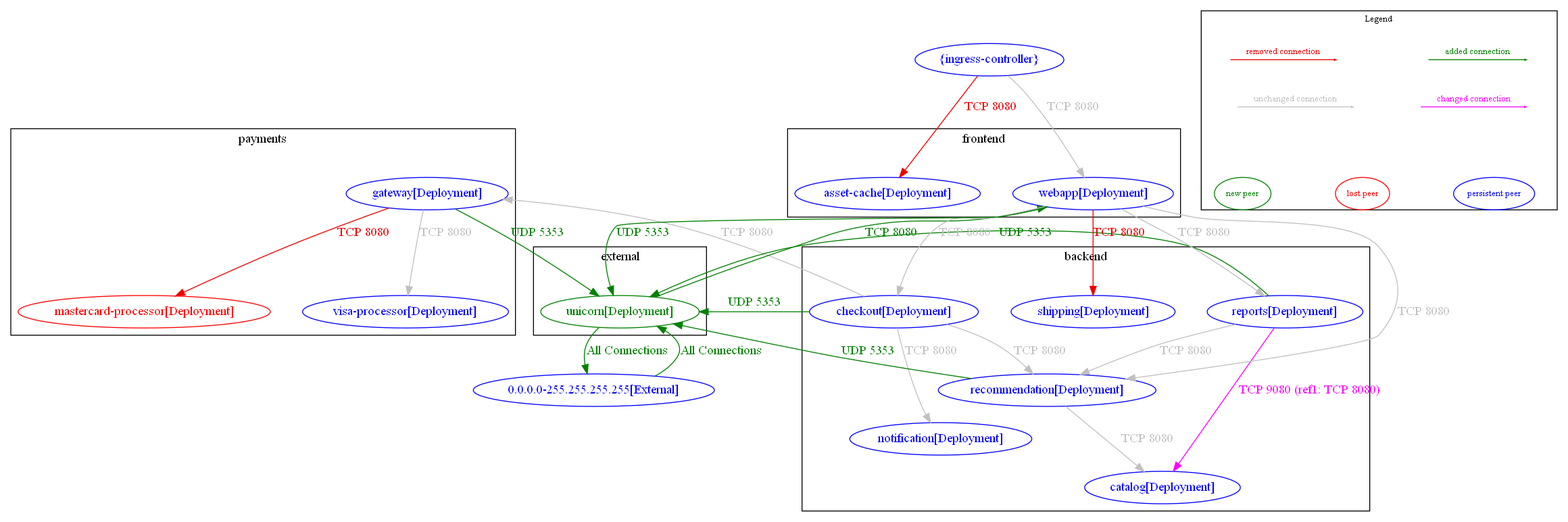
Before: test_outputs/diff/diff_between_acs-security-demos-new_and_acs-security-demos.dot.png, a diagram exported from Graphviz (np-guard/netpol-analyzer). Its source is kept beside it as test_outputs/diff/diff_between_acs-security-demos-new_and_acs-security-demos.dot.
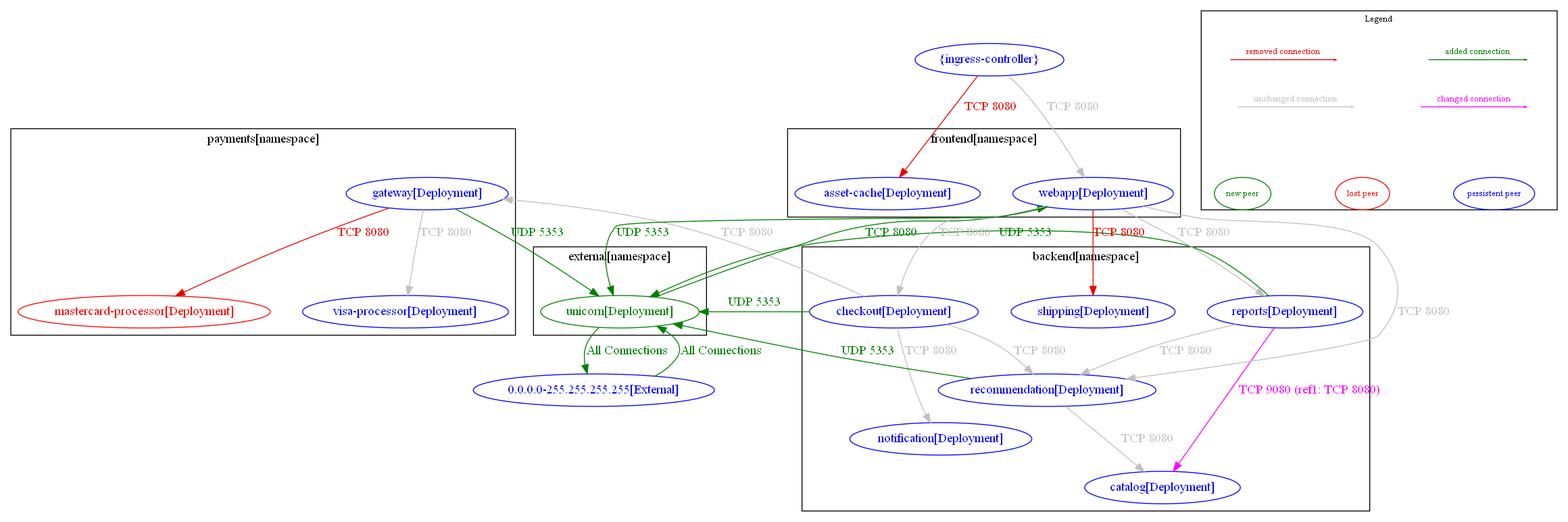
The same file after the commit.

Change to the diagram source:
```diff
@@ -1,5 +1,5 @@
 digraph {
-	subgraph "cluster_backend" {
+	subgraph "cluster_backend[namespace]" {
 		color="black"
 		fontcolor="black"
 		"backend/catalog[Deployment]" [label="catalog[Deployment]" color="blue" fontcolor="blue"]
@@ -8,28 +8,28 @@
 		"backend/recommendation[Deployment]" [label="recommendation[Deployment]" color="blue" fontcolor="blue"]
 		"backend/reports[Deployment]" [label="reports[Deployment]" color="blue" fontcolor="blue"]
 		"backend/shipping[Deployment]" [label="shipping[Deployment]" color="blue" fontcolor="blue"]
-		label="backend"
+		label="backend[namespace]"
 	}
-	subgraph "cluster_external" {
+	subgraph "cluster_external[namespace]" {
 		color="black"
 		fontcolor="black"
 		"external/unicorn[Deployment]" [label="unicorn[Deployment]" color="#008000" fontcolor="#008000"]
-		label="external"
+		label="external[namespace]"
 	}
-	subgraph "cluster_frontend" {
+	subgraph "cluster_frontend[namespace]" {
 		color="black"
 		fontcolor="black"
 		"frontend/asset-cache[Deployment]" [label="asset-cache[Deployment]" color="blue" fontcolor="blue"]
 		"frontend/webapp[Deployment]" [label="webapp[Deployment]" color="blue" fontcolor="blue"]
-		label="frontend"
+		label="frontend[namespace]"
 	}
-	subgraph "cluster_payments" {
+	subgraph "cluster_payments[namespace]" {
 		color="black"
 		fontcolor="black"
 		"payments/gateway[Deployment]" [label="gateway[Deployment]" color="blue" fontcolor="blue"]
 		"payments/mastercard-processor[Deployment]" [label="mastercard-processor[Deployment]" color="red" fontcolor="red"]
 		"payments/visa-processor[Deployment]" [label="visa-processor[Deployment]" color="blue" fontcolor="blue"]
-		label="payments"
+		label="payments[namespace]"
 	}
 	"0.0.0.0-255.255.255.255[External]" [label="0.0.0.0-255.255.255.255[External]" color="blue" fontcolor="blue"]
 	"{ingress-controller}" [label="{ingress-controller}" color="blue" fontcolor="blue"]
```
